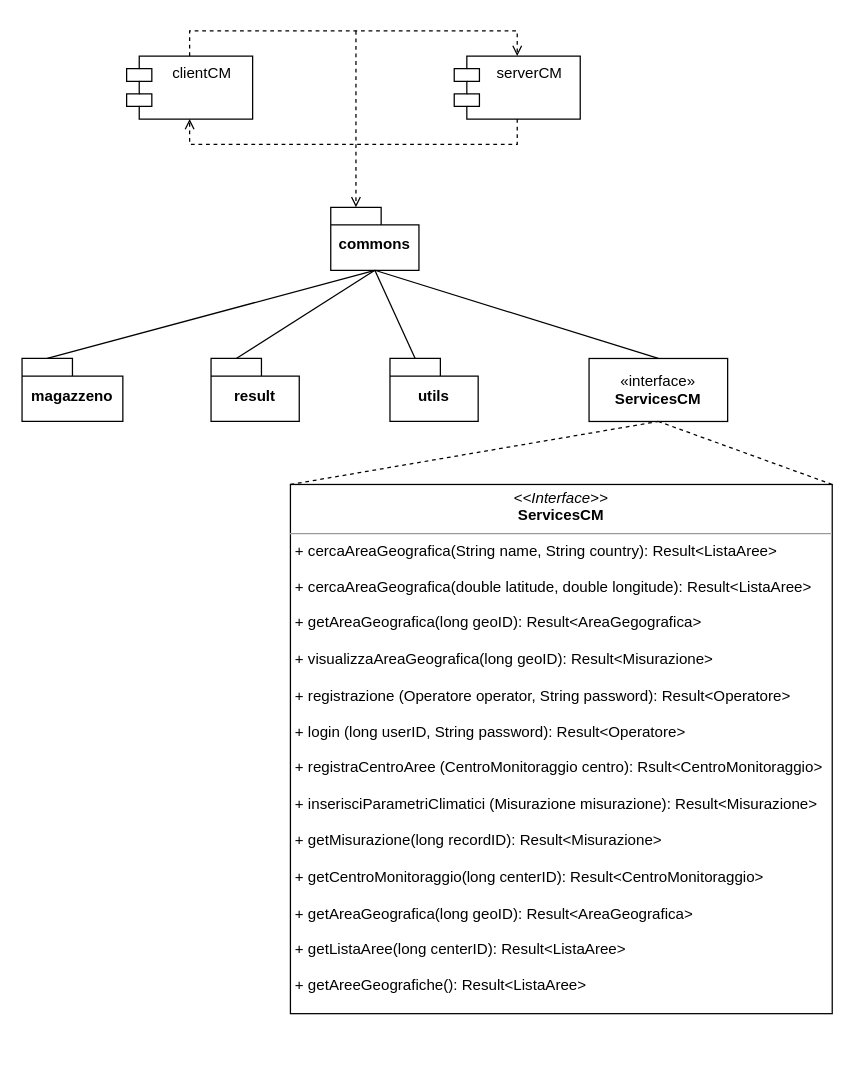
Before: fig/drawio/CM.drawio in Qu4draetto-A3B/UniLab-docs, a draw.io diagram. Source tidied: cells renumbered, new cells numbered last; positions are measured from the earlier drawing's top-left corner, leaving out a move shared by most shapes. Both pictures are drawn from the tidied source at 126%, with x=0, y=0 at pixel (21, 30).
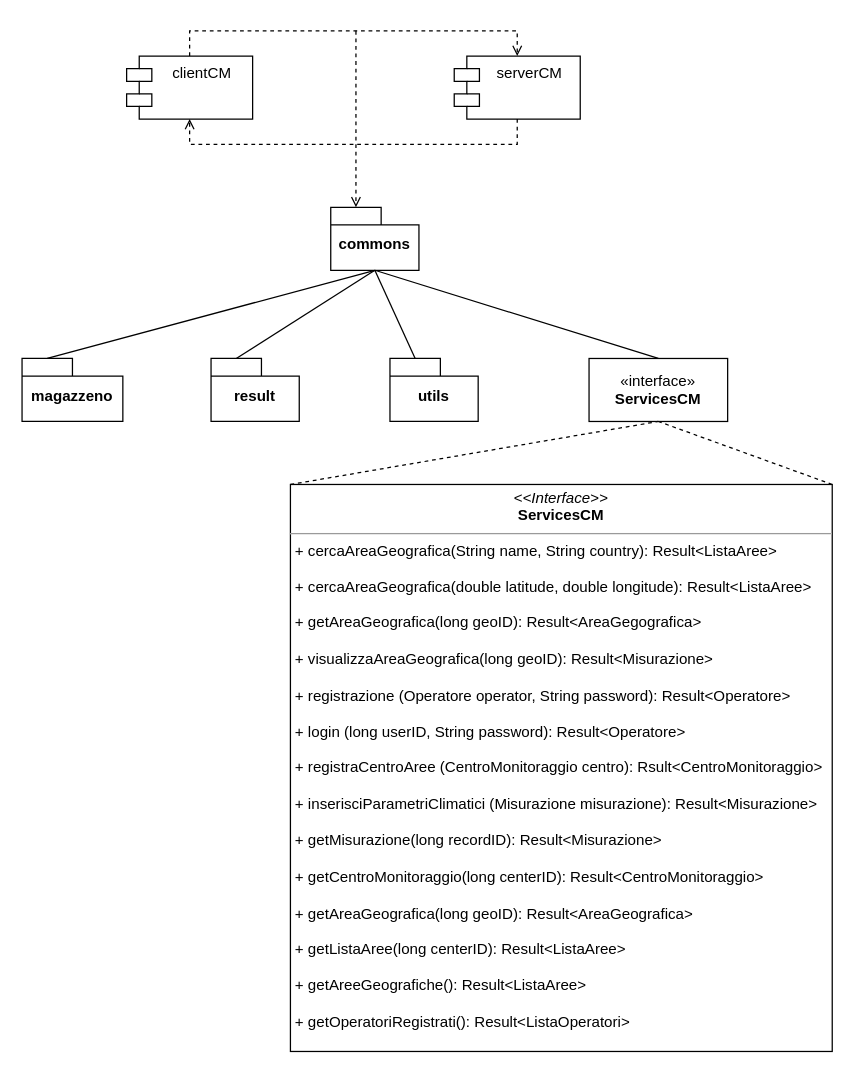
Above is the later version.

What changed in the source:
```diff
@@
-    <mxCell id="4" value="&lt;p style=&quot;margin:0px;margin-top:4px;text-align:center;&quot;&gt;&lt;i&gt;&amp;lt;&amp;lt;Interface&amp;gt;&amp;gt;&lt;/i&gt;&lt;br&gt;&lt;b&gt;ServicesCM&lt;/b&gt;&lt;/p&gt;&lt;hr size=&quot;1&quot;&gt;&lt;p style=&quot;margin:0px;margin-left:4px;&quot;&gt;+ cercaAreaGeografica(String name, String country): Result&amp;lt;ListaAree&amp;gt;&lt;/p&gt;&lt;p style=&quot;margin:0px;margin-left:4px;&quot;&gt;&lt;br&gt;&lt;/p&gt;&lt;p style=&quot;margin:0px;margin-left:4px;&quot;&gt;+ cercaAreaGeografica(double latitude, double longitude): Result&amp;lt;ListaAree&amp;gt;&lt;/p&gt;&lt;p style=&quot;border-color: var(--border-color); margin: 0px 0px 0px 4px;&quot;&gt;&lt;br&gt;&lt;/p&gt;&lt;p style=&quot;margin:0px;margin-left:4px;&quot;&gt;+ getAreaGeografica(long geoID): Result&amp;lt;AreaGegografica&amp;gt;&lt;/p&gt;&lt;p style=&quot;margin:0px;margin-left:4px;&quot;&gt;&lt;br&gt;&lt;/p&gt;&lt;p style=&quot;margin:0px;margin-left:4px;&quot;&gt;+ visualizzaAreaGeografica(long geoID):&amp;nbsp;Result&amp;lt;Misurazione&amp;gt;&lt;span style=&quot;background-color: initial;&quot;&gt;&lt;/span&gt;&lt;/p&gt;&lt;p style=&quot;margin:0px;margin-left:4px;&quot;&gt;&lt;br&gt;&lt;/p&gt;&lt;p style=&quot;margin:0px;margin-left:4px;&quot;&gt;&lt;span style=&quot;background-color: initial;&quot;&gt;+ registrazione (Operatore operator, String password): Result&amp;lt;Operatore&amp;gt;&lt;/span&gt;&lt;br&gt;&lt;/p&gt;&lt;p style=&quot;margin:0px;margin-left:4px;&quot;&gt;&lt;br&gt;&lt;/p&gt;&lt;p style=&quot;margin:0px;margin-left:4px;&quot;&gt;+ login (long userID, String password): Result&amp;lt;Operatore&amp;gt;&lt;br&gt;&lt;/p&gt;&lt;p style=&quot;margin:0px;margin-left:4px;&quot;&gt;&lt;br&gt;&lt;/p&gt;&lt;p style=&quot;margin:0px;margin-left:4px;&quot;&gt;+ registraCentroAree (CentroMonitoraggio centro&lt;span style=&quot;background-color: initial;&quot;&gt;): Rsult&amp;lt;CentroMonitoraggio&amp;gt;&lt;/span&gt;&lt;/p&gt;&lt;p style=&quot;margin:0px;margin-left:4px;&quot;&gt;&lt;br&gt;&lt;/p&gt;&lt;p style=&quot;border-color: var(--border-color); margin: 0px 0px 0px 4px;&quot;&gt;+ inserisciParametriClimatici (Misurazione misurazione): Result&amp;lt;Misurazione&amp;gt;&lt;/p&gt;&lt;p style=&quot;border-color: var(--border-color); margin: 0px 0px 0px 4px;&quot;&gt;&lt;br&gt;&lt;/p&gt;&lt;p style=&quot;border-color: var(--border-color); margin: 0px 0px 0px 4px;&quot;&gt;+ getMisurazione(long recordID): Result&amp;lt;Misurazione&amp;gt;&lt;/p&gt;&lt;p style=&quot;border-color: var(--border-color); margin: 0px 0px 0px 4px;&quot;&gt;&lt;br style=&quot;border-color: var(--border-color);&quot;&gt;&lt;/p&gt;&lt;p style=&quot;border-color: var(--border-color); margin: 0px 0px 0px 4px;&quot;&gt;+ getCentroMonitoraggio(long centerID): Result&amp;lt;CentroMonitoraggio&amp;gt;&lt;/p&gt;&lt;p style=&quot;border-color: var(--border-color); margin: 0px 0px 0px 4px;&quot;&gt;&lt;br style=&quot;border-color: var(--border-color);&quot;&gt;&lt;/p&gt;&lt;p style=&quot;border-color: var(--border-color); margin: 0px 0px 0px 4px;&quot;&gt;+ getAreaGeografica(long geoID): Result&amp;lt;AreaGeografica&amp;gt;&lt;/p&gt;&lt;p style=&quot;border-color: var(--border-color); margin: 0px 0px 0px 4px;&quot;&gt;&lt;br&gt;&lt;/p&gt;&lt;p style=&quot;border-color: var(--border-color); margin: 0px 0px 0px 4px;&quot;&gt;+ getListaAree(long centerID): Result&amp;lt;ListaAree&amp;gt;&lt;/p&gt;&lt;p style=&quot;border-color: var(--border-color); margin: 0px 0px 0px 4px;&quot;&gt;&lt;br style=&quot;border-color: var(--border-color);&quot;&gt;&lt;/p&gt;&lt;p style=&quot;border-color: var(--border-color); margin: 0px 0px 0px 4px;&quot;&gt;+&amp;nbsp;getAreeGeografiche(): Result&amp;lt;ListaAree&amp;gt;&lt;/p&gt;&lt;p style=&quot;border-color: var(--border-color); margin: 0px 0px 0px 4px;&quot;&gt;&lt;br style=&quot;border-color: var(--border-color);&quot;&gt;&lt;/p&gt;" style="verticalAlign=top;align=left;overflow=fill;fontSize=12;fontFamily=Helvetica;html=1;whiteSpace=wrap;" parent="1" vertex="1">
-      <mxGeometry x="213" y="360" width="430" height="420" as="geometry" />
+    <mxCell id="4" value="&lt;p style=&quot;margin:0px;margin-top:4px;text-align:center;&quot;&gt;&lt;i&gt;&amp;lt;&amp;lt;Interface&amp;gt;&amp;gt;&lt;/i&gt;&lt;br&gt;&lt;b&gt;ServicesCM&lt;/b&gt;&lt;/p&gt;&lt;hr size=&quot;1&quot;&gt;&lt;p style=&quot;margin:0px;margin-left:4px;&quot;&gt;+ cercaAreaGeografica(String name, String country): Result&amp;lt;ListaAree&amp;gt;&lt;/p&gt;&lt;p style=&quot;margin:0px;margin-left:4px;&quot;&gt;&lt;br&gt;&lt;/p&gt;&lt;p style=&quot;margin:0px;margin-left:4px;&quot;&gt;+ cercaAreaGeografica(double latitude, double longitude): Result&amp;lt;ListaAree&amp;gt;&lt;/p&gt;&lt;p style=&quot;border-color: var(--border-color); margin: 0px 0px 0px 4px;&quot;&gt;&lt;br&gt;&lt;/p&gt;&lt;p style=&quot;margin:0px;margin-left:4px;&quot;&gt;+ getAreaGeografica(long geoID): Result&amp;lt;AreaGegografica&amp;gt;&lt;/p&gt;&lt;p style=&quot;margin:0px;margin-left:4px;&quot;&gt;&lt;br&gt;&lt;/p&gt;&lt;p style=&quot;margin:0px;margin-left:4px;&quot;&gt;+ visualizzaAreaGeografica(long geoID):&amp;nbsp;Result&amp;lt;Misurazione&amp;gt;&lt;span style=&quot;background-color: initial;&quot;&gt;&lt;/span&gt;&lt;/p&gt;&lt;p style=&quot;margin:0px;margin-left:4px;&quot;&gt;&lt;br&gt;&lt;/p&gt;&lt;p style=&quot;margin:0px;margin-left:4px;&quot;&gt;&lt;span style=&quot;background-color: initial;&quot;&gt;+ registrazione (Operatore operator, String password): Result&amp;lt;Operatore&amp;gt;&lt;/span&gt;&lt;br&gt;&lt;/p&gt;&lt;p style=&quot;margin:0px;margin-left:4px;&quot;&gt;&lt;br&gt;&lt;/p&gt;&lt;p style=&quot;margin:0px;margin-left:4px;&quot;&gt;+ login (long userID, String password): Result&amp;lt;Operatore&amp;gt;&lt;br&gt;&lt;/p&gt;&lt;p style=&quot;margin:0px;margin-left:4px;&quot;&gt;&lt;br&gt;&lt;/p&gt;&lt;p style=&quot;margin:0px;margin-left:4px;&quot;&gt;+ registraCentroAree (CentroMonitoraggio centro&lt;span style=&quot;background-color: initial;&quot;&gt;): Rsult&amp;lt;CentroMonitoraggio&amp;gt;&lt;/span&gt;&lt;/p&gt;&lt;p style=&quot;margin:0px;margin-left:4px;&quot;&gt;&lt;br&gt;&lt;/p&gt;&lt;p style=&quot;border-color: var(--border-color); margin: 0px 0px 0px 4px;&quot;&gt;+ inserisciParametriClimatici (Misurazione misurazione): Result&amp;lt;Misurazione&amp;gt;&lt;/p&gt;&lt;p style=&quot;border-color: var(--border-color); margin: 0px 0px 0px 4px;&quot;&gt;&lt;br&gt;&lt;/p&gt;&lt;p style=&quot;border-color: var(--border-color); margin: 0px 0px 0px 4px;&quot;&gt;+ getMisurazione(long recordID): Result&amp;lt;Misurazione&amp;gt;&lt;/p&gt;&lt;p style=&quot;border-color: var(--border-color); margin: 0px 0px 0px 4px;&quot;&gt;&lt;br style=&quot;border-color: var(--border-color);&quot;&gt;&lt;/p&gt;&lt;p style=&quot;border-color: var(--border-color); margin: 0px 0px 0px 4px;&quot;&gt;+ getCentroMonitoraggio(long centerID): Result&amp;lt;CentroMonitoraggio&amp;gt;&lt;/p&gt;&lt;p style=&quot;border-color: var(--border-color); margin: 0px 0px 0px 4px;&quot;&gt;&lt;br style=&quot;border-color: var(--border-color);&quot;&gt;&lt;/p&gt;&lt;p style=&quot;border-color: var(--border-color); margin: 0px 0px 0px 4px;&quot;&gt;+ getAreaGeografica(long geoID): Result&amp;lt;AreaGeografica&amp;gt;&lt;/p&gt;&lt;p style=&quot;border-color: var(--border-color); margin: 0px 0px 0px 4px;&quot;&gt;&lt;br&gt;&lt;/p&gt;&lt;p style=&quot;border-color: var(--border-color); margin: 0px 0px 0px 4px;&quot;&gt;+ getListaAree(long centerID): Result&amp;lt;ListaAree&amp;gt;&lt;/p&gt;&lt;p style=&quot;border-color: var(--border-color); margin: 0px 0px 0px 4px;&quot;&gt;&lt;br style=&quot;border-color: var(--border-color);&quot;&gt;&lt;/p&gt;&lt;p style=&quot;border-color: var(--border-color); margin: 0px 0px 0px 4px;&quot;&gt;+&amp;nbsp;getAreeGeografiche(): Result&amp;lt;ListaAree&amp;gt;&lt;/p&gt;&lt;p style=&quot;border-color: var(--border-color); margin: 0px 0px 0px 4px;&quot;&gt;&lt;br style=&quot;border-color: var(--border-color);&quot;&gt;&lt;/p&gt;&lt;p style=&quot;border-color: var(--border-color); margin: 0px 0px 0px 4px;&quot;&gt;+&amp;nbsp;getOperatoriRegistrati(): Result&amp;lt;ListaOperatori&amp;gt;&lt;/p&gt;&lt;p style=&quot;border-color: var(--border-color); margin: 0px 0px 0px 4px;&quot;&gt;&lt;br style=&quot;border-color: var(--border-color);&quot;&gt;&lt;/p&gt;" style="verticalAlign=top;align=left;overflow=fill;fontSize=12;fontFamily=Helvetica;html=1;whiteSpace=wrap;" parent="1" vertex="1">
+      <mxGeometry x="213" y="360" width="430" height="450" as="geometry" />
     </mxCell>
@@
+    <mxCell id="21" style="edgeStyle=orthogonalEdgeStyle;rounded=0;orthogonalLoop=1;jettySize=auto;html=1;exitX=0.5;exitY=1;exitDx=0;exitDy=0;" parent="1" edge="1" source="4" target="4">
+      <mxGeometry relative="1" as="geometry" />
+    </mxCell>
```
